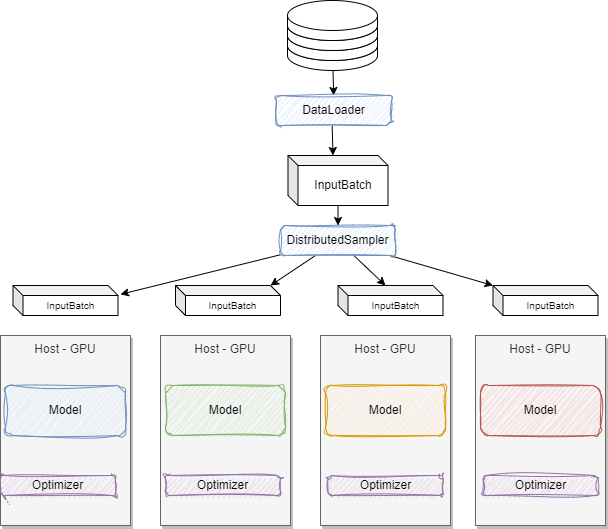
Above: docs/coding/diagrams/ddp-1.drawio.png in jbcodeforce/ML-studies (draw.io), before the change. Source tidied: cells renumbered, new cells last; positions are measured from the earlier drawing's top-left corner, leaving out a move shared by most shapes. Its diagram source:
```xml
<mxGraphModel>
  <root>
    <mxCell id="0" />
    <mxCell id="1" parent="0" />
    <mxCell id="2" value="Host - GPU" style="rounded=0;whiteSpace=wrap;html=1;fillColor=#f5f5f5;fontColor=#333333;strokeColor=#666666;shadow=1;verticalAlign=top;" parent="1" vertex="1">
      <mxGeometry x="160" y="335" width="130" height="190" as="geometry" />
    </mxCell>
    <mxCell id="3" value="Host - GPU" style="rounded=0;whiteSpace=wrap;html=1;fillColor=#f5f5f5;fontColor=#333333;strokeColor=#666666;shadow=1;verticalAlign=top;" parent="1" vertex="1">
      <mxGeometry x="320" y="335" width="130" height="190" as="geometry" />
    </mxCell>
    <mxCell id="4" value="Host - GPU" style="rounded=0;whiteSpace=wrap;html=1;fillColor=#f5f5f5;fontColor=#333333;strokeColor=#666666;shadow=1;verticalAlign=top;" parent="1" vertex="1">
      <mxGeometry x="475" y="335" width="130" height="190" as="geometry" />
    </mxCell>
    <mxCell id="5" value="Host - GPU" style="rounded=0;whiteSpace=wrap;html=1;fillColor=#f5f5f5;fontColor=#333333;strokeColor=#666666;shadow=1;verticalAlign=top;" parent="1" vertex="1">
      <mxGeometry y="335" width="130" height="190" as="geometry" />
    </mxCell>
    <mxCell id="6" style="edgeStyle=none;html=1;" parent="1" edge="1" source="10">
      <mxGeometry relative="1" as="geometry">
        <mxPoint x="120" y="293.9" as="targetPoint" />
      </mxGeometry>
    </mxCell>
    <mxCell id="7" style="edgeStyle=none;html=1;entryX=0;entryY=0;entryDx=47.5;entryDy=0;entryPerimeter=0;" parent="1" edge="1" source="10" target="31">
      <mxGeometry relative="1" as="geometry" />
    </mxCell>
    <mxCell id="8" style="edgeStyle=none;html=1;entryX=0;entryY=0;entryDx=95;entryDy=0;entryPerimeter=0;" parent="1" edge="1" source="10" target="30">
      <mxGeometry relative="1" as="geometry" />
    </mxCell>
    <mxCell id="9" style="edgeStyle=none;html=1;entryX=0;entryY=0;entryDx=0;entryDy=0;entryPerimeter=0;" parent="1" edge="1" source="10" target="32">
      <mxGeometry relative="1" as="geometry" />
    </mxCell>
    <mxCell id="10" value="DistributedSampler" style="rounded=1;whiteSpace=wrap;html=1;shadow=0;sketch=1;curveFitting=1;jiggle=2;fillColor=#dae8fc;strokeColor=#6c8ebf;" parent="1" vertex="1">
      <mxGeometry x="280" y="225" width="115" height="30" as="geometry" />
    </mxCell>
    <mxCell id="11" value="Model" style="rounded=1;whiteSpace=wrap;html=1;shadow=0;sketch=1;curveFitting=1;jiggle=2;fillColor=#dae8fc;strokeColor=#6c8ebf;" parent="1" vertex="1">
      <mxGeometry x="5" y="385" width="120" height="50" as="geometry" />
    </mxCell>
    <mxCell id="12" value="Model" style="rounded=1;whiteSpace=wrap;html=1;shadow=0;sketch=1;curveFitting=1;jiggle=2;fillColor=#d5e8d4;strokeColor=#82b366;" parent="1" vertex="1">
      <mxGeometry x="165" y="385" width="120" height="50" as="geometry" />
    </mxCell>
    <mxCell id="13" value="Model" style="rounded=1;whiteSpace=wrap;html=1;shadow=0;sketch=1;curveFitting=1;jiggle=2;fillColor=#ffe6cc;strokeColor=#d79b00;" parent="1" vertex="1">
      <mxGeometry x="325" y="385" width="120" height="50" as="geometry" />
    </mxCell>
    <mxCell id="14" value="Model" style="rounded=1;whiteSpace=wrap;html=1;shadow=0;sketch=1;curveFitting=1;jiggle=2;fillColor=#f8cecc;strokeColor=#b85450;" parent="1" vertex="1">
      <mxGeometry x="480" y="385" width="120" height="50" as="geometry" />
    </mxCell>
    <mxCell id="15" style="group;" parent="1" vertex="1">
      <mxGeometry x="287" width="90" height="70" as="geometry" />
    </mxCell>
    <mxCell id="16" style="shape=cylinder3;whiteSpace=wrap;html=1;boundedLbl=1;backgroundOutline=1;size=15;" parent="15" vertex="1">
      <mxGeometry y="30" width="90" height="40" as="geometry" />
    </mxCell>
    <mxCell id="17" style="shape=cylinder3;whiteSpace=wrap;html=1;boundedLbl=1;backgroundOutline=1;size=15;" parent="15" vertex="1">
      <mxGeometry y="20" width="90" height="40" as="geometry" />
    </mxCell>
    <mxCell id="18" style="shape=cylinder3;whiteSpace=wrap;html=1;boundedLbl=1;backgroundOutline=1;size=15;" parent="15" vertex="1">
      <mxGeometry y="10" width="90" height="40" as="geometry" />
    </mxCell>
    <mxCell id="19" style="shape=cylinder3;whiteSpace=wrap;html=1;boundedLbl=1;backgroundOutline=1;size=15;" parent="15" vertex="1">
      <mxGeometry width="90" height="40" as="geometry" />
    </mxCell>
    <mxCell id="20" style="edgeStyle=none;html=1;" parent="1" edge="1" source="16" target="28">
      <mxGeometry relative="1" as="geometry" />
    </mxCell>
    <mxCell id="21" value="Optimizer" style="rounded=1;whiteSpace=wrap;html=1;shadow=0;sketch=1;curveFitting=1;jiggle=2;fillColor=#e1d5e7;strokeColor=#9673a6;" parent="1" vertex="1">
      <mxGeometry x="165" y="475" width="115" height="20" as="geometry" />
    </mxCell>
    <mxCell id="22" value="Optimizer" style="rounded=1;whiteSpace=wrap;html=1;shadow=0;sketch=1;curveFitting=1;jiggle=2;fillColor=#e1d5e7;strokeColor=#9673a6;" parent="1" vertex="1">
      <mxGeometry x="327.5" y="475" width="115" height="20" as="geometry" />
    </mxCell>
    <mxCell id="23" value="Optimizer" style="rounded=1;whiteSpace=wrap;html=1;shadow=0;sketch=1;curveFitting=1;jiggle=2;fillColor=#e1d5e7;strokeColor=#9673a6;" parent="1" vertex="1">
      <mxGeometry x="482.5" y="475" width="115" height="20" as="geometry" />
    </mxCell>
    <mxCell id="24" value="Optimizer" style="rounded=1;whiteSpace=wrap;html=1;shadow=0;sketch=1;curveFitting=1;jiggle=2;fillColor=#e1d5e7;strokeColor=#9673a6;" parent="1" vertex="1">
      <mxGeometry y="475" width="115" height="20" as="geometry" />
    </mxCell>
    <mxCell id="25" style="edgeStyle=none;html=1;fontSize=10;" parent="1" edge="1" source="26" target="10">
      <mxGeometry relative="1" as="geometry" />
    </mxCell>
    <mxCell id="26" value="InputBatch" style="shape=cube;whiteSpace=wrap;html=1;boundedLbl=1;backgroundOutline=1;darkOpacity=0.05;darkOpacity2=0.1;shadow=0;size=10;" parent="1" vertex="1">
      <mxGeometry x="287.5" y="155" width="100" height="50" as="geometry" />
    </mxCell>
    <mxCell id="27" style="edgeStyle=none;html=1;entryX=0;entryY=0;entryDx=45;entryDy=0;entryPerimeter=0;" parent="1" edge="1" target="26">
      <mxGeometry relative="1" as="geometry">
        <mxPoint x="331.7" y="125" as="sourcePoint" />
      </mxGeometry>
    </mxCell>
    <mxCell id="28" value="DataLoader" style="rounded=1;whiteSpace=wrap;html=1;shadow=0;sketch=1;curveFitting=1;jiggle=2;fillColor=#dae8fc;strokeColor=#6c8ebf;" parent="1" vertex="1">
      <mxGeometry x="276" y="95" width="115" height="30" as="geometry" />
    </mxCell>
    <mxCell id="29" value="InputBatch" style="shape=cube;whiteSpace=wrap;html=1;boundedLbl=1;backgroundOutline=1;darkOpacity=0.05;darkOpacity2=0.1;shadow=0;size=10;fontSize=10;" parent="1" vertex="1">
      <mxGeometry x="12.5" y="285" width="105" height="30" as="geometry" />
    </mxCell>
    <mxCell id="30" value="InputBatch" style="shape=cube;whiteSpace=wrap;html=1;boundedLbl=1;backgroundOutline=1;darkOpacity=0.05;darkOpacity2=0.1;shadow=0;size=10;fontSize=10;" parent="1" vertex="1">
      <mxGeometry x="175" y="285" width="105" height="30" as="geometry" />
    </mxCell>
    <mxCell id="31" value="InputBatch" style="shape=cube;whiteSpace=wrap;html=1;boundedLbl=1;backgroundOutline=1;darkOpacity=0.05;darkOpacity2=0.1;shadow=0;size=10;fontSize=10;" parent="1" vertex="1">
      <mxGeometry x="337.5" y="285" width="105" height="30" as="geometry" />
    </mxCell>
    <mxCell id="32" value="InputBatch" style="shape=cube;whiteSpace=wrap;html=1;boundedLbl=1;backgroundOutline=1;darkOpacity=0.05;darkOpacity2=0.1;shadow=0;size=10;fontSize=10;" parent="1" vertex="1">
      <mxGeometry x="492.5" y="285" width="105" height="30" as="geometry" />
    </mxCell>
  </root>
</mxGraphModel>
```
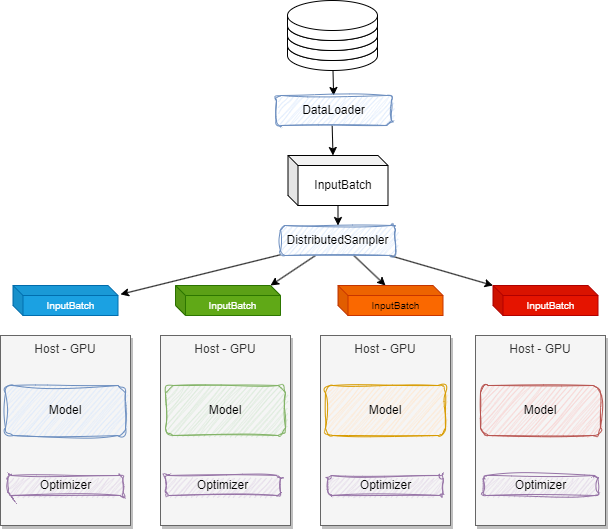
Later version of the same file.

Diff of the diagram source:
```diff
@@ -71,7 +71,7 @@
       <mxGeometry x="482.5" y="475" width="115" height="20" as="geometry" />
     </mxCell>
     <mxCell id="24" value="Optimizer" style="rounded=1;whiteSpace=wrap;html=1;shadow=0;sketch=1;curveFitting=1;jiggle=2;fillColor=#e1d5e7;strokeColor=#9673a6;" parent="1" vertex="1">
-      <mxGeometry y="475" width="115" height="20" as="geometry" />
+      <mxGeometry x="7.5" y="475" width="115" height="20" as="geometry" />
     </mxCell>
     <mxCell id="25" style="edgeStyle=none;html=1;fontSize=10;" parent="1" edge="1" source="26" target="10">
       <mxGeometry relative="1" as="geometry" />
@@ -87,16 +87,16 @@
     <mxCell id="28" value="DataLoader" style="rounded=1;whiteSpace=wrap;html=1;shadow=0;sketch=1;curveFitting=1;jiggle=2;fillColor=#dae8fc;strokeColor=#6c8ebf;" parent="1" vertex="1">
       <mxGeometry x="276" y="95" width="115" height="30" as="geometry" />
     </mxCell>
-    <mxCell id="29" value="InputBatch" style="shape=cube;whiteSpace=wrap;html=1;boundedLbl=1;backgroundOutline=1;darkOpacity=0.05;darkOpacity2=0.1;shadow=0;size=10;fontSize=10;" parent="1" vertex="1">
+    <mxCell id="29" value="InputBatch" style="shape=cube;whiteSpace=wrap;html=1;boundedLbl=1;backgroundOutline=1;darkOpacity=0.05;darkOpacity2=0.1;shadow=0;size=10;fontSize=10;fillColor=#1ba1e2;fontColor=#ffffff;strokeColor=#006EAF;" parent="1" vertex="1">
       <mxGeometry x="12.5" y="285" width="105" height="30" as="geometry" />
     </mxCell>
-    <mxCell id="30" value="InputBatch" style="shape=cube;whiteSpace=wrap;html=1;boundedLbl=1;backgroundOutline=1;darkOpacity=0.05;darkOpacity2=0.1;shadow=0;size=10;fontSize=10;" parent="1" vertex="1">
+    <mxCell id="30" value="InputBatch" style="shape=cube;whiteSpace=wrap;html=1;boundedLbl=1;backgroundOutline=1;darkOpacity=0.05;darkOpacity2=0.1;shadow=0;size=10;fontSize=10;fillColor=#60a917;fontColor=#ffffff;strokeColor=#2D7600;" parent="1" vertex="1">
       <mxGeometry x="175" y="285" width="105" height="30" as="geometry" />
     </mxCell>
-    <mxCell id="31" value="InputBatch" style="shape=cube;whiteSpace=wrap;html=1;boundedLbl=1;backgroundOutline=1;darkOpacity=0.05;darkOpacity2=0.1;shadow=0;size=10;fontSize=10;" parent="1" vertex="1">
+    <mxCell id="31" value="InputBatch" style="shape=cube;whiteSpace=wrap;html=1;boundedLbl=1;backgroundOutline=1;darkOpacity=0.05;darkOpacity2=0.1;shadow=0;size=10;fontSize=10;fillColor=#fa6800;fontColor=#000000;strokeColor=#C73500;" parent="1" vertex="1">
       <mxGeometry x="337.5" y="285" width="105" height="30" as="geometry" />
     </mxCell>
-    <mxCell id="32" value="InputBatch" style="shape=cube;whiteSpace=wrap;html=1;boundedLbl=1;backgroundOutline=1;darkOpacity=0.05;darkOpacity2=0.1;shadow=0;size=10;fontSize=10;" parent="1" vertex="1">
+    <mxCell id="32" value="InputBatch" style="shape=cube;whiteSpace=wrap;html=1;boundedLbl=1;backgroundOutline=1;darkOpacity=0.05;darkOpacity2=0.1;shadow=0;size=10;fontSize=10;fillColor=#e51400;fontColor=#ffffff;strokeColor=#B20000;" parent="1" vertex="1">
       <mxGeometry x="492.5" y="285" width="105" height="30" as="geometry" />
     </mxCell>
   </root>
```
